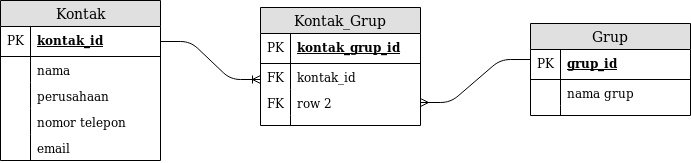
This is address_book_schema.png from infinite-fox-2019/schema-address-book, a draw.io export, as it was before one commit. Source tidied: cells renumbered, new cells last; positions are measured from the earlier drawing's top-left corner, leaving out a move shared by most shapes.
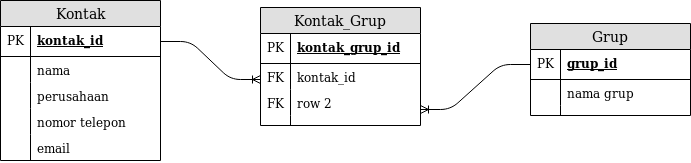
After the change.

Change to the diagram source:
```diff
@@ -88,10 +88,8 @@
         <mxPoint x="260" y="79" as="targetPoint" />
       </mxGeometry>
     </mxCell>
-    <mxCell id="30" style="edgeStyle=entityRelationEdgeStyle;fontSize=12;html=1;endArrow=none;exitX=1;exitY=0.5;exitDx=0;exitDy=0;endFill=0;startArrow=ERmany;startFill=0;" parent="1" edge="1" source="25">
-      <mxGeometry relative="1" as="geometry">
-        <mxPoint x="530" y="59" as="targetPoint" />
-      </mxGeometry>
-    </mxCell>
+    <mxCell id="31" style="edgeStyle=entityRelationEdgeStyle;fontSize=12;html=1;endArrow=none;exitX=1;exitY=0.769;exitDx=0;exitDy=0;exitPerimeter=0;startArrow=ERoneToMany;startFill=0;entryX=0;entryY=0.5;entryDx=0;entryDy=0;endFill=0;" parent="1" edge="1" source="25" target="14">
+      <mxGeometry relative="1" as="geometry" />
+    </mxCell>
   </root>
 </mxGraphModel>
```
